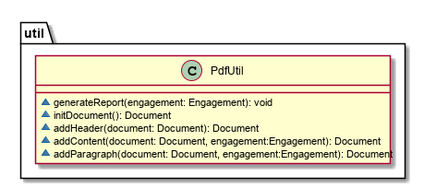
This is docs/images/PdfUtilClassDiagram.png from nus-cs2103-AY1920S1/addressbook-level3, a PlantUML export, as it was before one commit.
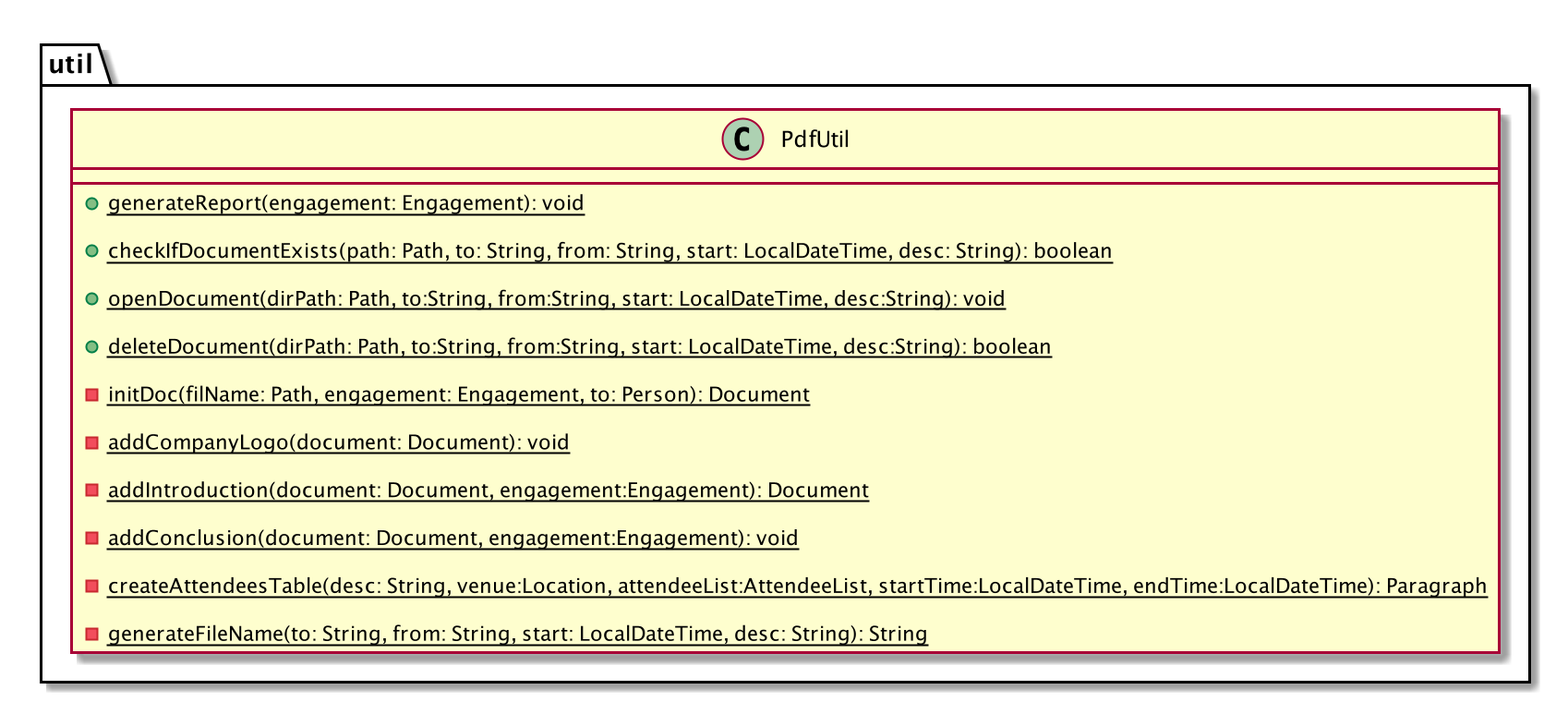
The same file after the commit.

Change to the diagram source:
```diff
@@ -1,11 +1,25 @@
 @startuml
 package util {
     class PdfUtil {
-        ~ generateReport(engagement: Engagement): void
-        ~ initDocument(): Document
-        ~ addHeader(document: Document): Document
-        ~ addContent(document: Document, engagement:Engagement): Document
-        ~ addParagraph(document: Document, engagement:Engagement): Document
+        + {static} generateReport(engagement: Engagement): void
+
+        + {static} checkIfDocumentExists(path: Path, to: String, from: String, start: LocalDateTime, desc: String): boolean
+
+        + {static} openDocument(dirPath: Path, to:String, from:String, start: LocalDateTime, desc:String): void
+
+        + {static} deleteDocument(dirPath: Path, to:String, from:String, start: LocalDateTime, desc:String): boolean
+
+        - {static} initDoc(filName: Path, engagement: Engagement, to: Person): Document
+
+        - {static} addCompanyLogo(document: Document): void
+
+        - {static} addIntroduction(document: Document, engagement:Engagement): Document
+
+        - {static} addConclusion(document: Document, engagement:Engagement): void
+
+        - {static} createAttendeesTable(desc: String, venue:Location, attendeeList:AttendeeList, startTime:LocalDateTime, endTime:LocalDateTime): Paragraph
+
+        - {static} generateFileName(to: String, from: String, start: LocalDateTime, desc: String): String
     }
 }
 @enduml
```
